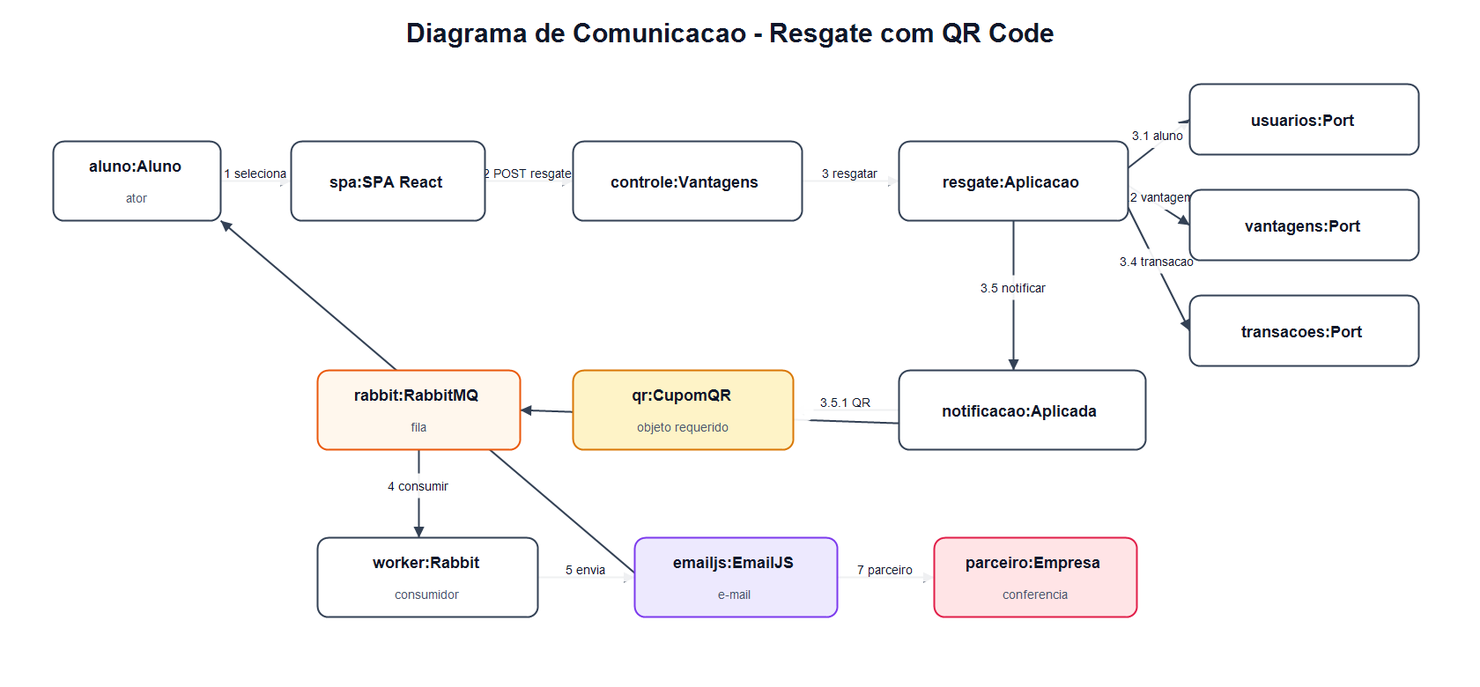
Earlier version of the PlantUML export docs/uml/imagens/comunicacao.png (LaraCarvalho00/sistema-moeda-estudantil). Its source is kept beside it as docs/uml/codigos/comunicacao.puml.
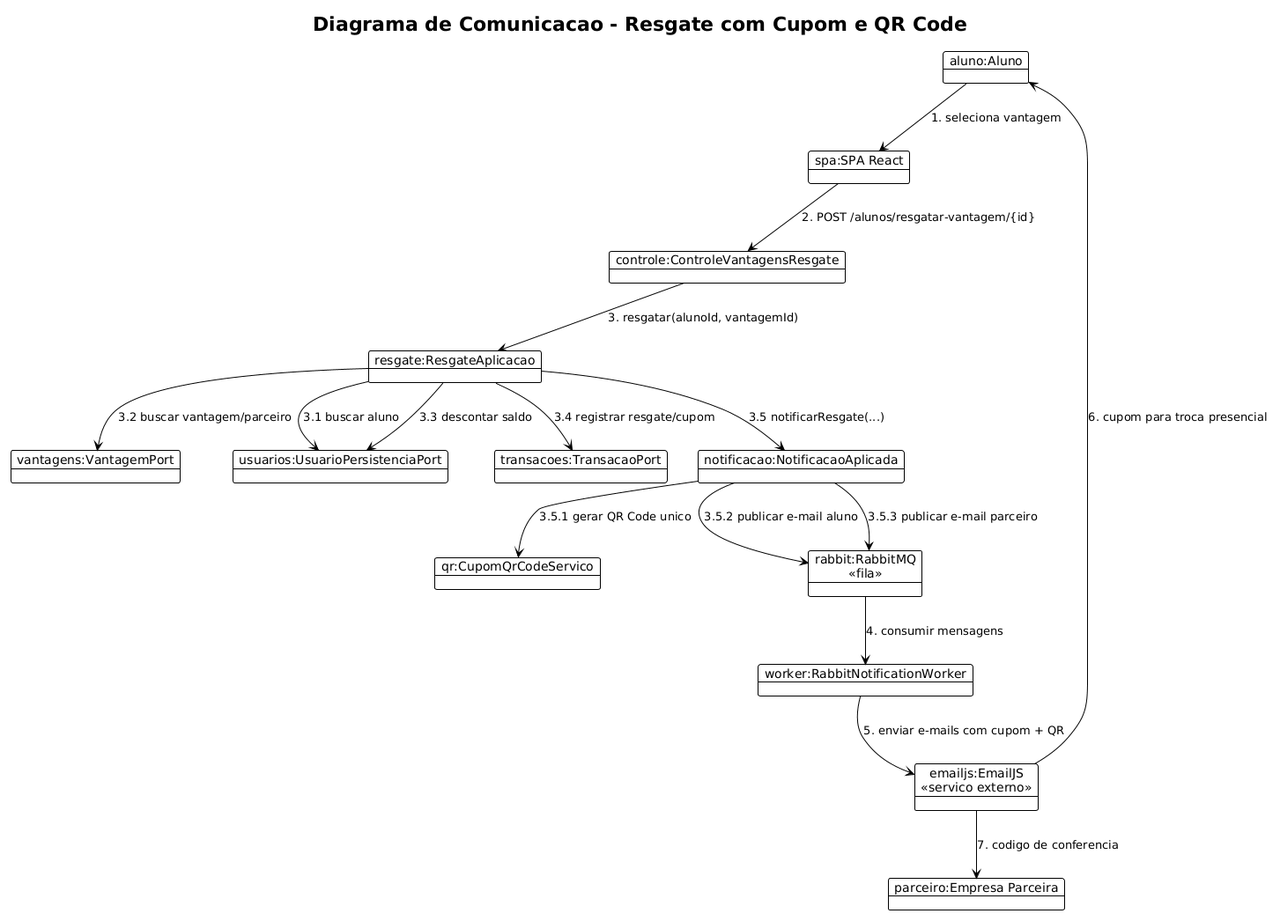
After the change.

Diff of the diagram source:
```diff
@@ -11,10 +11,10 @@
 object "transacoes:TransacaoPort" as transacoes
 object "notificacao:NotificacaoAplicada" as notificacao
 object "qr:CupomQrCodeServico" as qr
-queue "rabbit:RabbitMQ" as rabbit
+object "rabbit:RabbitMQ\n<<fila>>" as rabbit
 object "worker:RabbitNotificationWorker" as worker
-cloud "emailjs:EmailJS" as emailjs
-actor "parceiro:Empresa Parceira" as parceiro
+object "emailjs:EmailJS\n<<servico externo>>" as emailjs
+object "parceiro:Empresa Parceira" as parceiro
 
 aluno --> spa : 1. seleciona vantagem
 spa --> controle : 2. POST /alunos/resgatar-vantagem/{id}
```
